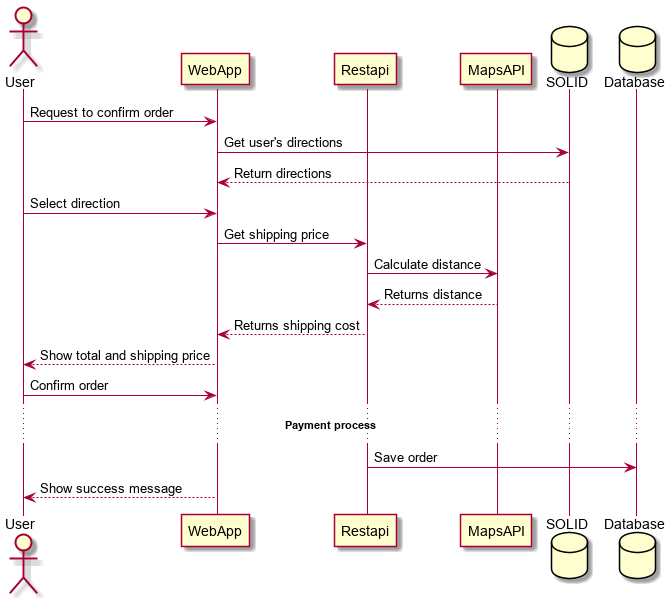
Earlier version of the PlantUML export images/Sequence diagram_Register_sale_event.png (Arquisoft/dede_es5a).
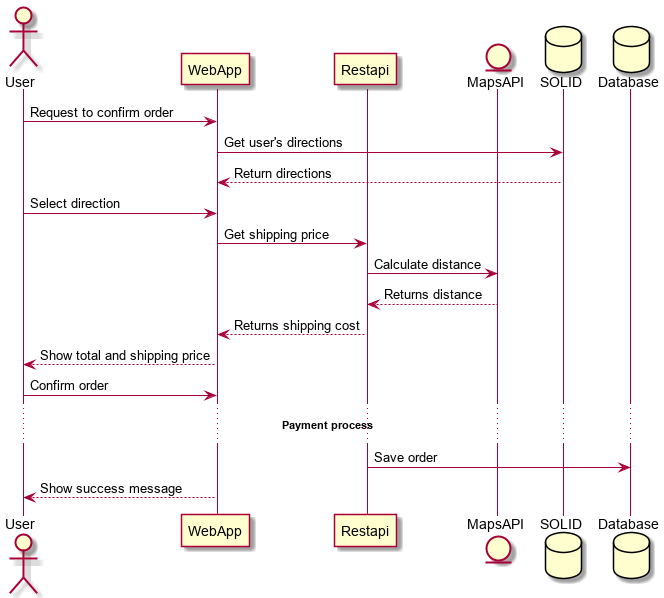
After the change.

What changed in the source:
```diff
@@ -2,7 +2,7 @@
 actor User
 participant WebApp
 participant Restapi
-participant MapsAPI
+entity MapsAPI
 database SOLID
 database Database
 User -> WebApp: Request to confirm order
```
